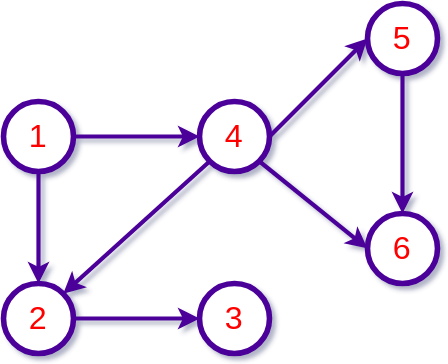
This is docs/week-10/assets/ce100-week-10-graphs-topological-topo-bfs.drawio.svg from ucoruh/ce100-algorithms-and-programming-II, a draw.io export, as it was before one commit. Source tidied: cells renumbered, new cells last; positions are measured from the earlier drawing's top-left corner, leaving out a move shared by most shapes. Its diagram source:
```xml
<mxGraphModel>
  <root>
    <mxCell id="0" />
    <mxCell id="1" parent="0" />
    <mxCell id="2" style="edgeStyle=none;shape=connector;rounded=0;jettySize=auto;html=1;exitX=0.5;exitY=1;exitDx=0;exitDy=0;entryX=0.5;entryY=0;entryDx=0;entryDy=0;labelBackgroundColor=default;fontFamily=Helvetica;fontSize=23;fontColor=#FF0000;endArrow=classic;endFill=1;strokeColor=#4C0099;strokeWidth=3;" parent="1" edge="1" source="4" target="12">
      <mxGeometry relative="1" as="geometry" />
    </mxCell>
    <mxCell id="3" style="edgeStyle=none;shape=connector;rounded=0;jettySize=auto;html=1;exitX=1;exitY=0.5;exitDx=0;exitDy=0;labelBackgroundColor=default;fontFamily=Helvetica;fontSize=23;fontColor=#FF0000;endArrow=classic;endFill=1;strokeColor=#4C0099;strokeWidth=3;" parent="1" edge="1" source="4" target="7">
      <mxGeometry relative="1" as="geometry" />
    </mxCell>
    <mxCell id="4" value="1" style="ellipse;whiteSpace=wrap;html=1;fontSize=23;fontColor=#FF0000;strokeColor=#4C0099;strokeWidth=4;fillColor=default;" parent="1" vertex="1">
      <mxGeometry y="70" width="50" height="50" as="geometry" />
    </mxCell>
    <mxCell id="5" style="edgeStyle=none;shape=connector;rounded=0;jettySize=auto;html=1;exitX=1;exitY=0.5;exitDx=0;exitDy=0;entryX=0;entryY=0.5;entryDx=0;entryDy=0;labelBackgroundColor=default;fontFamily=Helvetica;fontSize=23;fontColor=#FF0000;endArrow=classic;endFill=1;strokeColor=#4C0099;strokeWidth=3;" parent="1" edge="1" source="7" target="14">
      <mxGeometry relative="1" as="geometry" />
    </mxCell>
    <mxCell id="6" style="edgeStyle=none;rounded=0;jettySize=auto;html=1;exitX=0;exitY=1;exitDx=0;exitDy=0;entryX=1;entryY=0;entryDx=0;entryDy=0;fontSize=23;strokeColor=#4C0099;fontColor=#FF0000;endFill=1;strokeWidth=3;" parent="1" edge="1" source="7" target="12">
      <mxGeometry relative="1" as="geometry" />
    </mxCell>
    <mxCell id="7" value="4" style="ellipse;whiteSpace=wrap;html=1;fontSize=23;fontColor=#FF0000;strokeColor=#4C0099;strokeWidth=4;" parent="1" vertex="1">
      <mxGeometry x="140" y="70" width="50" height="50" as="geometry" />
    </mxCell>
    <mxCell id="8" value="6" style="ellipse;whiteSpace=wrap;html=1;fontSize=23;fontColor=#FF0000;strokeColor=#4C0099;strokeWidth=4;" parent="1" vertex="1">
      <mxGeometry x="260" y="150" width="50" height="50" as="geometry" />
    </mxCell>
    <mxCell id="9" style="edgeStyle=none;shape=connector;rounded=0;jettySize=auto;html=1;exitX=1;exitY=1;exitDx=0;exitDy=0;entryX=0;entryY=0.5;entryDx=0;entryDy=0;labelBackgroundColor=default;fontFamily=Helvetica;fontSize=23;fontColor=#FF0000;endArrow=classic;endFill=1;strokeColor=#4C0099;strokeWidth=3;" parent="1" edge="1" source="7" target="8">
      <mxGeometry relative="1" as="geometry" />
    </mxCell>
    <mxCell id="10" value="3" style="ellipse;whiteSpace=wrap;html=1;fontSize=23;fontColor=#FF0000;strokeColor=#4C0099;strokeWidth=4;" parent="1" vertex="1">
      <mxGeometry x="140" y="200" width="50" height="50" as="geometry" />
    </mxCell>
    <mxCell id="11" style="edgeStyle=none;shape=connector;rounded=0;jettySize=auto;html=1;exitX=1;exitY=0.5;exitDx=0;exitDy=0;labelBackgroundColor=default;fontFamily=Helvetica;fontSize=23;fontColor=#FF0000;endArrow=classic;endFill=1;strokeColor=#4C0099;strokeWidth=3;" parent="1" edge="1" source="12" target="10">
      <mxGeometry relative="1" as="geometry" />
    </mxCell>
    <mxCell id="12" value="2" style="ellipse;whiteSpace=wrap;html=1;fontSize=23;fontColor=#FF0000;strokeColor=#4C0099;strokeWidth=4;" parent="1" vertex="1">
      <mxGeometry y="200" width="50" height="50" as="geometry" />
    </mxCell>
    <mxCell id="13" style="edgeStyle=orthogonalEdgeStyle;rounded=0;jettySize=auto;html=1;exitX=0.5;exitY=1;exitDx=0;exitDy=0;fontSize=23;strokeColor=#4C0099;fontColor=#FF0000;endFill=1;strokeWidth=3;" parent="1" edge="1" source="14" target="8">
      <mxGeometry relative="1" as="geometry" />
    </mxCell>
    <mxCell id="14" value="5" style="ellipse;whiteSpace=wrap;html=1;fontSize=23;fontColor=#FF0000;strokeColor=#4C0099;strokeWidth=4;" parent="1" vertex="1">
      <mxGeometry x="260" width="50" height="50" as="geometry" />
    </mxCell>
  </root>
</mxGraphModel>
```
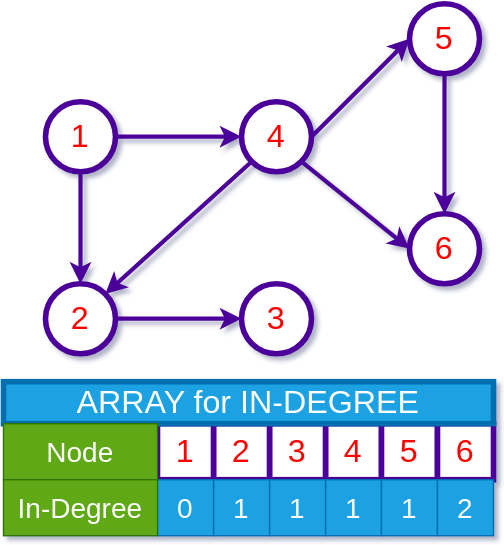
After the commit.

What changed in the source:
```diff
@@ -41,5 +41,50 @@
     <mxCell id="14" value="5" style="ellipse;whiteSpace=wrap;html=1;fontSize=23;fontColor=#FF0000;strokeColor=#4C0099;strokeWidth=4;" parent="1" vertex="1">
       <mxGeometry x="260" width="50" height="50" as="geometry" />
     </mxCell>
+    <mxCell id="15" value="4" style="rounded=0;whiteSpace=wrap;html=1;fillColor=default;strokeColor=#4C0099;fontSize=23;fontColor=#FF0000;strokeWidth=4;" parent="1" vertex="1">
+      <mxGeometry x="200" y="300" width="40" height="40" as="geometry" />
+    </mxCell>
+    <mxCell id="16" value="5" style="rounded=0;whiteSpace=wrap;html=1;fillColor=default;strokeColor=#4C0099;fontSize=23;fontColor=#FF0000;strokeWidth=4;" parent="1" vertex="1">
+      <mxGeometry x="240" y="300" width="40" height="40" as="geometry" />
+    </mxCell>
+    <mxCell id="17" value="6" style="rounded=0;whiteSpace=wrap;html=1;fillColor=default;strokeColor=#4C0099;fontSize=23;fontColor=#FF0000;strokeWidth=4;" parent="1" vertex="1">
+      <mxGeometry x="280" y="300" width="40" height="40" as="geometry" />
+    </mxCell>
+    <mxCell id="18" value="3" style="rounded=0;whiteSpace=wrap;html=1;fillColor=default;strokeColor=#4C0099;fontSize=23;fontColor=#FF0000;strokeWidth=4;" parent="1" vertex="1">
+      <mxGeometry x="160" y="300" width="40" height="40" as="geometry" />
+    </mxCell>
+    <mxCell id="19" value="2" style="rounded=0;whiteSpace=wrap;html=1;fillColor=default;strokeColor=#4C0099;fontSize=23;fontColor=#FF0000;strokeWidth=4;" parent="1" vertex="1">
+      <mxGeometry x="120" y="300" width="40" height="40" as="geometry" />
+    </mxCell>
+    <mxCell id="20" value="1" style="rounded=0;whiteSpace=wrap;html=1;fillColor=default;strokeColor=#4C0099;fontSize=23;fontColor=#FF0000;strokeWidth=4;" parent="1" vertex="1">
+      <mxGeometry x="80" y="300" width="40" height="40" as="geometry" />
+    </mxCell>
+    <mxCell id="21" value="1" style="rounded=0;whiteSpace=wrap;html=1;fontSize=20;fillColor=#1ba1e2;fontColor=#ffffff;strokeColor=#006EAF;" parent="1" vertex="1">
+      <mxGeometry x="200" y="340" width="40" height="40" as="geometry" />
+    </mxCell>
+    <mxCell id="22" value="1" style="rounded=0;whiteSpace=wrap;html=1;fontSize=20;fillColor=#1ba1e2;fontColor=#ffffff;strokeColor=#006EAF;" parent="1" vertex="1">
+      <mxGeometry x="240" y="340" width="40" height="40" as="geometry" />
+    </mxCell>
+    <mxCell id="23" value="2" style="rounded=0;whiteSpace=wrap;html=1;fontSize=20;fillColor=#1ba1e2;fontColor=#ffffff;strokeColor=#006EAF;" parent="1" vertex="1">
+      <mxGeometry x="280" y="340" width="40" height="40" as="geometry" />
+    </mxCell>
+    <mxCell id="24" value="1" style="rounded=0;whiteSpace=wrap;html=1;fontSize=20;fillColor=#1ba1e2;fontColor=#ffffff;strokeColor=#006EAF;" parent="1" vertex="1">
+      <mxGeometry x="160" y="340" width="40" height="40" as="geometry" />
+    </mxCell>
+    <mxCell id="25" value="1" style="rounded=0;whiteSpace=wrap;html=1;fontSize=20;fillColor=#1ba1e2;fontColor=#ffffff;strokeColor=#006EAF;" parent="1" vertex="1">
+      <mxGeometry x="120" y="340" width="40" height="40" as="geometry" />
+    </mxCell>
+    <mxCell id="26" value="0" style="rounded=0;whiteSpace=wrap;html=1;fontSize=20;fillColor=#1ba1e2;fontColor=#ffffff;strokeColor=#006EAF;" parent="1" vertex="1">
+      <mxGeometry x="80" y="340" width="40" height="40" as="geometry" />
+    </mxCell>
+    <mxCell id="27" value="ARRAY for IN-DEGREE" style="text;html=1;strokeColor=#006EAF;fillColor=#1ba1e2;align=center;verticalAlign=middle;whiteSpace=wrap;rounded=0;fontColor=#ffffff;fontSize=23;strokeWidth=4;" parent="1" vertex="1">
+      <mxGeometry x="-30" y="270" width="350" height="30" as="geometry" />
+    </mxCell>
+    <mxCell id="28" value="Node" style="rounded=0;whiteSpace=wrap;html=1;fillColor=#60a917;strokeColor=#2D7600;fontSize=20;fontColor=#ffffff;" parent="1" vertex="1">
+      <mxGeometry x="-30" y="300" width="110" height="40" as="geometry" />
+    </mxCell>
+    <mxCell id="29" value="In-Degree" style="rounded=0;whiteSpace=wrap;html=1;fillColor=#60a917;strokeColor=#2D7600;fontSize=20;fontColor=#ffffff;" parent="1" vertex="1">
+      <mxGeometry x="-30" y="340" width="110" height="40" as="geometry" />
+    </mxCell>
   </root>
 </mxGraphModel>
```
